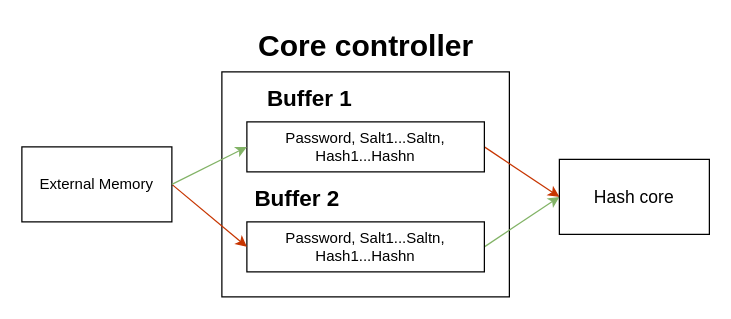
Before: figures/theoretical_system/double_buffer/double_buffer.drawio in Niclasapdk/ESD3_project, a draw.io diagram. Source tidied: cells renumbered, new cells numbered last; positions are measured from the earlier drawing's top-left corner, leaving out a move shared by most shapes. Both pictures are drawn from the tidied source at 125%, with x=0, y=0 at pixel (21, 21).
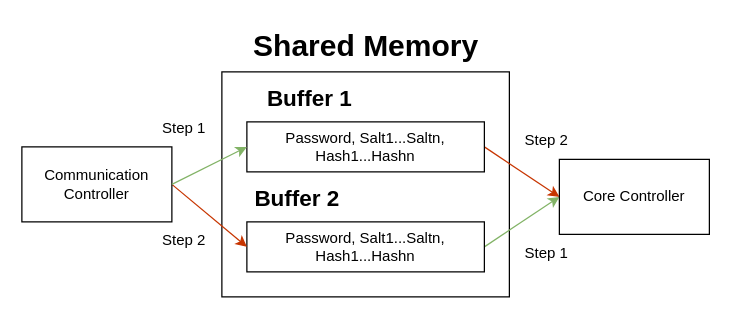
Above is the later version.

Commit message:
Fixed Double Buffer Figure

Change to the diagram source:
```diff
@@
 <mxGraphModel>
   <root>
     <mxCell id="0" />
     <mxCell id="1" parent="0" />
     <mxCell id="2" style="rounded=0;whiteSpace=wrap;html=1;" parent="1" vertex="1">
       <mxGeometry x="160" y="40" width="230" height="180" as="geometry" />
     </mxCell>
     <mxCell id="3" style="edgeStyle=none;rounded=0;jettySize=auto;html=1;exitX=1;exitY=0.5;exitDx=0;exitDy=0;entryX=0;entryY=0.5;entryDx=0;entryDy=0;fillColor=#fa6800;strokeColor=#C73500;" parent="1" edge="1" source="4" target="10">
       <mxGeometry relative="1" as="geometry" />
     </mxCell>
     <mxCell id="4" value="Password, Salt1...Saltn, Hash1...Hashn" style="rounded=0;whiteSpace=wrap;html=1;" parent="1" vertex="1">
       <mxGeometry x="180" y="80" width="190" height="40" as="geometry" />
     </mxCell>
     <mxCell id="5" style="edgeStyle=none;rounded=0;jettySize=auto;html=1;exitX=1;exitY=0.5;exitDx=0;exitDy=0;entryX=0;entryY=0.5;entryDx=0;entryDy=0;fillColor=#d5e8d4;strokeColor=#82b366;" parent="1" edge="1" source="6" target="10">
       <mxGeometry relative="1" as="geometry" />
     </mxCell>
     <mxCell id="6" value="Password, Salt1...Saltn, Hash1...Hashn" style="rounded=0;whiteSpace=wrap;html=1;" parent="1" vertex="1">
       <mxGeometry x="180" y="160" width="190" height="40" as="geometry" />
     </mxCell>
-    <mxCell id="7" value="Core controller" style="text;strokeColor=none;fillColor=none;html=1;fontSize=24;fontStyle=1;verticalAlign=middle;align=center;" parent="1" vertex="1">
+    <mxCell id="7" value="Shared Memory" style="text;strokeColor=none;fillColor=none;html=1;fontSize=24;fontStyle=1;verticalAlign=middle;align=center;" parent="1" vertex="1">
       <mxGeometry x="225" width="100" height="40" as="geometry" />
     </mxCell>
     <mxCell id="8" value="&lt;font style=&quot;font-size: 18px;&quot;&gt;Buffer 1&lt;/font&gt;" style="text;strokeColor=none;fillColor=none;html=1;fontSize=24;fontStyle=1;verticalAlign=middle;align=center;" parent="1" vertex="1">
       <mxGeometry x="180" y="40" width="100" height="40" as="geometry" />
     </mxCell>
     <mxCell id="9" value="&lt;font style=&quot;font-size: 18px;&quot;&gt;Buffer 2&lt;/font&gt;" style="text;strokeColor=none;fillColor=none;html=1;fontSize=24;fontStyle=1;verticalAlign=middle;align=center;" parent="1" vertex="1">
       <mxGeometry x="180" y="125" width="80" height="30" as="geometry" />
     </mxCell>
-    <mxCell id="10" value="&lt;font style=&quot;font-size: 14px;&quot;&gt;Hash core&lt;/font&gt;" style="rounded=0;whiteSpace=wrap;html=1;" parent="1" vertex="1">
+    <mxCell id="10" value="Core Controller" style="rounded=0;whiteSpace=wrap;html=1;" parent="1" vertex="1">
       <mxGeometry x="430" y="110" width="120" height="60" as="geometry" />
     </mxCell>
     <mxCell id="11" style="edgeStyle=none;rounded=0;jettySize=auto;html=1;exitX=1;exitY=0.5;exitDx=0;exitDy=0;entryX=0;entryY=0.5;entryDx=0;entryDy=0;fillColor=#fa6800;strokeColor=#C73500;" parent="1" edge="1" source="12" target="6">
       <mxGeometry relative="1" as="geometry" />
     </mxCell>
-    <mxCell id="12" value="External Memory" style="rounded=0;whiteSpace=wrap;html=1;" parent="1" vertex="1">
+    <mxCell id="12" value="Communication Controller" style="rounded=0;whiteSpace=wrap;html=1;" parent="1" vertex="1">
       <mxGeometry y="100" width="120" height="60" as="geometry" />
     </mxCell>
     <mxCell id="13" style="endArrow=classic;html=1;rounded=0;exitX=1;exitY=0.5;exitDx=0;exitDy=0;entryX=0;entryY=0.5;entryDx=0;entryDy=0;fillColor=#d5e8d4;strokeColor=#82b366;" parent="1" edge="1" source="12" target="4">
       <mxGeometry relative="1" as="geometry" />
     </mxCell>
+    <mxCell id="14" value="Step 1" style="text;html=1;strokeColor=none;fillColor=none;align=center;verticalAlign=middle;whiteSpace=wrap;rounded=0;" parent="1" vertex="1">
+      <mxGeometry x="100" y="70" width="60" height="30" as="geometry" />
+    </mxCell>
+    <mxCell id="15" value="Step 1" style="text;html=1;strokeColor=none;fillColor=none;align=center;verticalAlign=middle;whiteSpace=wrap;rounded=0;" parent="1" vertex="1">
+      <mxGeometry x="390" y="170" width="60" height="30" as="geometry" />
+    </mxCell>
+    <mxCell id="16" value="Step 2" style="text;html=1;strokeColor=none;fillColor=none;align=center;verticalAlign=middle;whiteSpace=wrap;rounded=0;" parent="1" vertex="1">
+      <mxGeometry x="100" y="160" width="60" height="30" as="geometry" />
+    </mxCell>
+    <mxCell id="17" value="Step 2" style="text;html=1;strokeColor=none;fillColor=none;align=center;verticalAlign=middle;whiteSpace=wrap;rounded=0;" parent="1" vertex="1">
+      <mxGeometry x="390" y="80" width="60" height="30" as="geometry" />
+    </mxCell>
   </root>
 </mxGraphModel>
```
